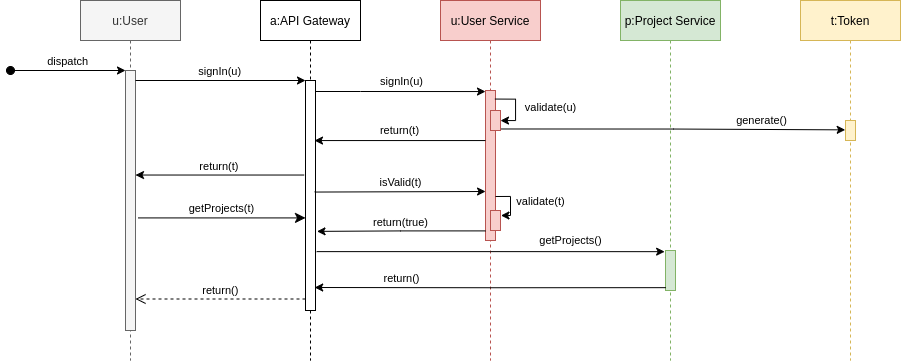
Above: docs/resources/authentication_flow.png in fupn26/ProjectManager_Onlab_2021 (draw.io), before the change. Source tidied: cells renumbered, new cells last; positions are measured from the earlier drawing's top-left corner, leaving out a move shared by most shapes.
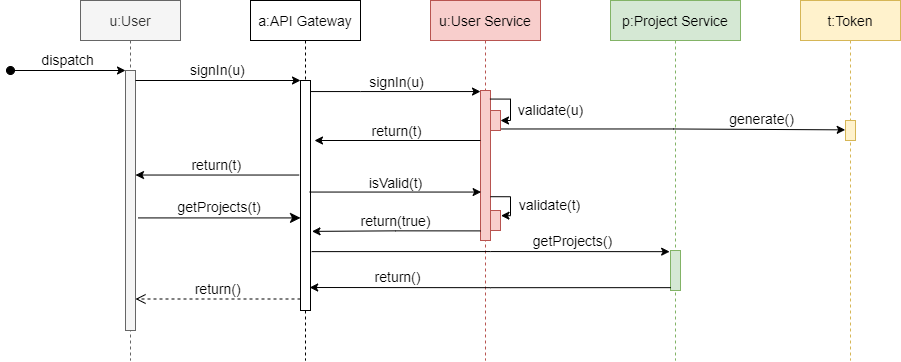
After the change.

Commit message:
docs(#33): font size increment in images

Change to the diagram source:
```diff
@@ -1,126 +1,121 @@
-<mxGraphModel>
+<mxGraphModel background="#ffffff">
   <root>
     <mxCell id="0" />
     <mxCell id="1" parent="0" />
-    <mxCell id="2" value="u:User" style="shape=umlLifeline;perimeter=lifelinePerimeter;rounded=0;shadow=0;strokeWidth=1;fillColor=#f5f5f5;strokeColor=#666666;fontColor=#333333;" parent="1" vertex="1">
-      <mxGeometry x="70" width="100" height="360" as="geometry" />
+    <mxCell id="2" value="u:User" style="shape=umlLifeline;perimeter=lifelinePerimeter;rounded=0;shadow=0;strokeWidth=1;fillColor=#f5f5f5;strokeColor=#666666;fontColor=#333333;fontSize=14;" parent="1" vertex="1">
+      <mxGeometry x="80" width="100" height="360" as="geometry" />
     </mxCell>
-    <mxCell id="3" style="points=[];perimeter=orthogonalPerimeter;rounded=0;shadow=0;strokeWidth=1;fillColor=#f5f5f5;fontColor=#333333;strokeColor=#666666;" parent="2" vertex="1">
+    <mxCell id="3" style="points=[];perimeter=orthogonalPerimeter;rounded=0;shadow=0;strokeWidth=1;fillColor=#f5f5f5;fontColor=#333333;strokeColor=#666666;fontSize=14;" parent="2" vertex="1">
       <mxGeometry x="45" y="70" width="10" height="260" as="geometry" />
     </mxCell>
-    <mxCell id="4" value="dispatch" style="verticalAlign=bottom;startArrow=oval;endArrow=classic;startSize=8;shadow=0;strokeWidth=1;endFill=1;" parent="2" edge="1" target="3">
+    <mxCell id="4" value="dispatch" style="verticalAlign=bottom;startArrow=oval;endArrow=classic;startSize=8;shadow=0;strokeWidth=1;endFill=1;fontSize=14;" parent="2" edge="1" target="3">
       <mxGeometry relative="1" as="geometry">
         <mxPoint x="-70" y="70" as="sourcePoint" />
       </mxGeometry>
     </mxCell>
-    <mxCell id="5" value="a:API Gateway" style="shape=umlLifeline;perimeter=lifelinePerimeter;rounded=0;shadow=0;strokeWidth=1;" parent="1" vertex="1">
-      <mxGeometry x="250" width="100" height="360" as="geometry" />
+    <mxCell id="5" value="a:API Gateway" style="shape=umlLifeline;perimeter=lifelinePerimeter;rounded=0;shadow=0;strokeWidth=1;fontSize=14;" parent="1" vertex="1">
+      <mxGeometry x="250" width="110" height="360" as="geometry" />
     </mxCell>
-    <mxCell id="6" style="points=[];perimeter=orthogonalPerimeter;rounded=0;shadow=0;strokeWidth=1;" parent="5" vertex="1">
-      <mxGeometry x="45" y="80" width="10" height="230" as="geometry" />
+    <mxCell id="6" style="points=[];perimeter=orthogonalPerimeter;rounded=0;shadow=0;strokeWidth=1;fontSize=14;" parent="5" vertex="1">
+      <mxGeometry x="50" y="80" width="10" height="230" as="geometry" />
     </mxCell>
-    <mxCell id="7" value="return()" style="verticalAlign=bottom;endArrow=open;dashed=1;endSize=8;exitX=0;exitY=0.95;shadow=0;strokeWidth=1;" parent="1" edge="1" source="6" target="3">
+    <mxCell id="7" value="return()" style="verticalAlign=bottom;endArrow=open;dashed=1;endSize=8;exitX=0;exitY=0.95;shadow=0;strokeWidth=1;fontSize=14;" parent="1" edge="1" source="6" target="3">
       <mxGeometry relative="1" as="geometry" />
     </mxCell>
-    <mxCell id="8" value="signIn(u)" style="verticalAlign=bottom;endArrow=classic;entryX=0;entryY=0;shadow=0;strokeWidth=1;endFill=1;" parent="1" edge="1" source="3" target="6">
+    <mxCell id="8" value="signIn(u)" style="verticalAlign=bottom;endArrow=classic;entryX=0;entryY=0;shadow=0;strokeWidth=1;endFill=1;fontSize=14;" parent="1" edge="1" source="3" target="6">
       <mxGeometry relative="1" as="geometry" />
     </mxCell>
-    <mxCell id="9" value="return(t)" style="verticalAlign=bottom;endArrow=classic;shadow=0;strokeWidth=1;exitX=-0.138;exitY=0.411;exitDx=0;exitDy=0;exitPerimeter=0;endFill=1;" parent="1" edge="1" source="6" target="3">
+    <mxCell id="9" value="return(t)" style="verticalAlign=bottom;endArrow=classic;shadow=0;strokeWidth=1;exitX=-0.138;exitY=0.411;exitDx=0;exitDy=0;exitPerimeter=0;endFill=1;fontSize=14;" parent="1" edge="1" source="6" target="3">
       <mxGeometry relative="1" as="geometry" />
     </mxCell>
-    <mxCell id="10" value="getProjects(t)" style="verticalAlign=bottom;endArrow=classic;endSize=8;exitX=1.29;exitY=0.567;shadow=0;strokeWidth=1;exitDx=0;exitDy=0;exitPerimeter=0;endFill=1;" parent="1" edge="1" source="3" target="6">
+    <mxCell id="10" value="getProjects(t)" style="verticalAlign=bottom;endArrow=classic;endSize=8;exitX=1.29;exitY=0.567;shadow=0;strokeWidth=1;exitDx=0;exitDy=0;exitPerimeter=0;endFill=1;fontSize=14;" parent="1" edge="1" source="3" target="6">
       <mxGeometry relative="1" as="geometry" />
     </mxCell>
-    <mxCell id="11" value="u:User Service" style="shape=umlLifeline;perimeter=lifelinePerimeter;rounded=0;shadow=0;strokeWidth=1;fillColor=#f8cecc;strokeColor=#b85450;" parent="1" vertex="1">
-      <mxGeometry x="430" width="100" height="360" as="geometry" />
+    <mxCell id="11" value="u:User Service" style="shape=umlLifeline;perimeter=lifelinePerimeter;rounded=0;shadow=0;strokeWidth=1;fillColor=#f8cecc;strokeColor=#b85450;fontSize=14;" parent="1" vertex="1">
+      <mxGeometry x="430" width="110" height="360" as="geometry" />
     </mxCell>
-    <mxCell id="12" style="points=[];perimeter=orthogonalPerimeter;rounded=0;shadow=0;strokeWidth=1;fillColor=#f8cecc;strokeColor=#b85450;" parent="11" vertex="1">
-      <mxGeometry x="45" y="90" width="10" height="150" as="geometry" />
+    <mxCell id="12" style="points=[];perimeter=orthogonalPerimeter;rounded=0;shadow=0;strokeWidth=1;fillColor=#f8cecc;strokeColor=#b85450;fontSize=14;" parent="11" vertex="1">
+      <mxGeometry x="50" y="90" width="10" height="150" as="geometry" />
     </mxCell>
-    <mxCell id="13" value="validate(u)" style="edgeStyle=orthogonalEdgeStyle;rounded=0;jettySize=auto;html=1;exitX=0.942;exitY=0.057;exitDx=0;exitDy=0;exitPerimeter=0;" parent="11" edge="1" source="12" target="14">
-      <mxGeometry x="0.05" y="35" relative="1" as="geometry">
+    <mxCell id="13" value="validate(u)" style="edgeStyle=orthogonalEdgeStyle;rounded=0;jettySize=auto;html=1;exitX=0.942;exitY=0.057;exitDx=0;exitDy=0;exitPerimeter=0;fontSize=14;verticalAlign=bottom;" parent="11" edge="1" source="12" target="14">
+      <mxGeometry x="0.61" y="-40" relative="1" as="geometry">
         <Array as="points">
-          <mxPoint x="75" y="99" />
-          <mxPoint x="75" y="120" />
+          <mxPoint x="80" y="99" />
+          <mxPoint x="80" y="120" />
         </Array>
+        <mxPoint x="40" y="40" as="offset" />
       </mxGeometry>
     </mxCell>
-    <mxCell id="14" style="points=[];perimeter=orthogonalPerimeter;rounded=0;shadow=0;strokeWidth=1;fillColor=#f8cecc;strokeColor=#b85450;" parent="11" vertex="1">
-      <mxGeometry x="50" y="110" width="10" height="20" as="geometry" />
+    <mxCell id="14" style="points=[];perimeter=orthogonalPerimeter;rounded=0;shadow=0;strokeWidth=1;fillColor=#f8cecc;strokeColor=#b85450;fontSize=14;" parent="11" vertex="1">
+      <mxGeometry x="60" y="110" width="10" height="20" as="geometry" />
     </mxCell>
-    <mxCell id="15" value="validate(t)" style="edgeStyle=orthogonalEdgeStyle;rounded=0;jettySize=auto;html=1;endArrow=classic;endFill=1;entryX=1.05;entryY=0.258;entryDx=0;entryDy=0;entryPerimeter=0;" parent="11" edge="1" target="16">
-      <mxGeometry x="-0.09" y="30" relative="1" as="geometry">
-        <mxPoint x="55" y="196" as="sourcePoint" />
+    <mxCell id="15" value="validate(t)" style="edgeStyle=orthogonalEdgeStyle;rounded=0;jettySize=auto;html=1;endArrow=classic;endFill=1;entryX=1.05;entryY=0.258;entryDx=0;entryDy=0;entryPerimeter=0;fontSize=14;verticalAlign=bottom;exitX=0.997;exitY=0.708;exitDx=0;exitDy=0;exitPerimeter=0;" parent="11" edge="1" source="12" target="16">
+      <mxGeometry x="0.64" y="40" relative="1" as="geometry">
         <Array as="points">
-          <mxPoint x="70" y="196" />
-          <mxPoint x="70" y="215" />
-          <mxPoint x="61" y="215" />
+          <mxPoint x="80" y="196" />
+          <mxPoint x="80" y="215" />
         </Array>
+        <mxPoint x="40" y="-40" as="offset" />
       </mxGeometry>
     </mxCell>
-    <mxCell id="16" style="points=[];perimeter=orthogonalPerimeter;rounded=0;shadow=0;strokeWidth=1;fillColor=#f8cecc;strokeColor=#b85450;" parent="11" vertex="1">
-      <mxGeometry x="50" y="210" width="10" height="20" as="geometry" />
+    <mxCell id="16" style="points=[];perimeter=orthogonalPerimeter;rounded=0;shadow=0;strokeWidth=1;fillColor=#f8cecc;strokeColor=#b85450;fontSize=14;" parent="11" vertex="1">
+      <mxGeometry x="60" y="210" width="10" height="20" as="geometry" />
     </mxCell>
-    <mxCell id="17" value="p:Project Service" style="shape=umlLifeline;perimeter=lifelinePerimeter;rounded=0;shadow=0;strokeWidth=1;fillColor=#d5e8d4;strokeColor=#82b366;" parent="1" vertex="1">
-      <mxGeometry x="610" width="100" height="360" as="geometry" />
+    <mxCell id="17" value="p:Project Service" style="shape=umlLifeline;perimeter=lifelinePerimeter;rounded=0;shadow=0;strokeWidth=1;fillColor=#d5e8d4;strokeColor=#82b366;fontSize=14;" parent="1" vertex="1">
+      <mxGeometry x="610" width="130" height="360" as="geometry" />
     </mxCell>
-    <mxCell id="18" style="points=[];perimeter=orthogonalPerimeter;rounded=0;shadow=0;strokeWidth=1;fillColor=#d5e8d4;strokeColor=#82b366;" parent="17" vertex="1">
-      <mxGeometry x="45" y="250" width="10" height="40" as="geometry" />
+    <mxCell id="18" style="points=[];perimeter=orthogonalPerimeter;rounded=0;shadow=0;strokeWidth=1;fillColor=#d5e8d4;strokeColor=#82b366;fontSize=14;" parent="17" vertex="1">
+      <mxGeometry x="60" y="250" width="10" height="40" as="geometry" />
     </mxCell>
-    <mxCell id="19" style="edgeStyle=orthogonalEdgeStyle;rounded=0;jettySize=auto;html=1;entryX=0;entryY=0.007;entryDx=0;entryDy=0;entryPerimeter=0;" parent="1" edge="1" source="6" target="12">
+    <mxCell id="19" style="edgeStyle=orthogonalEdgeStyle;rounded=0;jettySize=auto;html=1;entryX=0;entryY=0.007;entryDx=0;entryDy=0;entryPerimeter=0;fontSize=14;" parent="1" edge="1" source="6" target="12">
       <mxGeometry relative="1" as="geometry">
         <Array as="points">
-          <mxPoint x="350" y="91" />
-          <mxPoint x="350" y="91" />
+          <mxPoint x="360" y="91" />
+          <mxPoint x="360" y="91" />
         </Array>
       </mxGeometry>
     </mxCell>
-    <mxCell id="20" value="signIn(u)" style="edgeLabel;html=1;align=center;verticalAlign=middle;" parent="19" vertex="1">
+    <mxCell id="20" value="signIn(u)" style="edgeLabel;html=1;align=center;verticalAlign=middle;fontSize=14;" parent="19" vertex="1">
       <mxGeometry x="-0.17" y="-1" relative="1" as="geometry">
         <mxPoint x="15" y="-12" as="offset" />
       </mxGeometry>
     </mxCell>
-    <mxCell id="21" value="return(t)" style="edgeStyle=orthogonalEdgeStyle;rounded=0;jettySize=auto;html=1;" parent="1" edge="1" source="12">
+    <mxCell id="21" value="return(t)" style="edgeStyle=orthogonalEdgeStyle;rounded=0;jettySize=auto;html=1;fontSize=14;" parent="1" edge="1" source="12">
       <mxGeometry x="0.01" y="-10" relative="1" as="geometry">
-        <mxPoint x="304" y="140" as="targetPoint" />
+        <mxPoint x="314" y="140" as="targetPoint" />
         <Array as="points">
-          <mxPoint x="304" y="140" />
+          <mxPoint x="314" y="140" />
         </Array>
       </mxGeometry>
     </mxCell>
-    <mxCell id="22" style="edgeStyle=orthogonalEdgeStyle;rounded=0;jettySize=auto;html=1;endArrow=classic;endFill=1;exitX=0.917;exitY=0.485;exitDx=0;exitDy=0;exitPerimeter=0;" parent="1" edge="1" source="6">
-      <mxGeometry relative="1" as="geometry">
-        <mxPoint x="475" y="191" as="targetPoint" />
-        <Array as="points">
-          <mxPoint x="475" y="191" />
-        </Array>
-      </mxGeometry>
+    <mxCell id="22" style="edgeStyle=orthogonalEdgeStyle;rounded=0;jettySize=auto;html=1;endArrow=classic;endFill=1;exitX=0.917;exitY=0.485;exitDx=0;exitDy=0;exitPerimeter=0;fontSize=14;entryX=0.062;entryY=0.677;entryDx=0;entryDy=0;entryPerimeter=0;" parent="1" edge="1" source="6" target="12">
+      <mxGeometry relative="1" as="geometry" />
     </mxCell>
-    <mxCell id="23" value="isValid(t)" style="edgeLabel;html=1;align=center;verticalAlign=middle;" parent="22" vertex="1">
+    <mxCell id="23" value="isValid(t)" style="edgeLabel;html=1;align=center;verticalAlign=middle;fontSize=14;" parent="22" vertex="1">
       <mxGeometry x="-0.11" y="1" relative="1" as="geometry">
         <mxPoint x="9" y="-9" as="offset" />
       </mxGeometry>
     </mxCell>
-    <mxCell id="24" value="t:Token" style="shape=umlLifeline;perimeter=lifelinePerimeter;rounded=0;shadow=0;strokeWidth=1;fillColor=#fff2cc;strokeColor=#d6b656;" parent="1" vertex="1">
-      <mxGeometry x="790" width="100" height="360" as="geometry" />
+    <mxCell id="24" value="t:Token" style="shape=umlLifeline;perimeter=lifelinePerimeter;rounded=0;shadow=0;strokeWidth=1;fillColor=#fff2cc;strokeColor=#d6b656;fontSize=14;" parent="1" vertex="1">
+      <mxGeometry x="800" width="100" height="360" as="geometry" />
     </mxCell>
-    <mxCell id="25" style="points=[];perimeter=orthogonalPerimeter;rounded=0;shadow=0;strokeWidth=1;fillColor=#fff2cc;strokeColor=#d6b656;" parent="24" vertex="1">
+    <mxCell id="25" style="points=[];perimeter=orthogonalPerimeter;rounded=0;shadow=0;strokeWidth=1;fillColor=#fff2cc;strokeColor=#d6b656;fontSize=14;" parent="24" vertex="1">
       <mxGeometry x="45" y="120" width="10" height="20" as="geometry" />
     </mxCell>
-    <mxCell id="26" value="generate()" style="edgeStyle=orthogonalEdgeStyle;rounded=0;jettySize=auto;html=1;endArrow=classic;endFill=1;exitX=1.058;exitY=0.924;exitDx=0;exitDy=0;exitPerimeter=0;entryX=-0.029;entryY=0.468;entryDx=0;entryDy=0;entryPerimeter=0;verticalAlign=bottom;" parent="1" edge="1" source="14" target="25">
+    <mxCell id="26" value="generate()" style="edgeStyle=orthogonalEdgeStyle;rounded=0;jettySize=auto;html=1;endArrow=classic;endFill=1;exitX=1.058;exitY=0.924;exitDx=0;exitDy=0;exitPerimeter=0;entryX=-0.029;entryY=0.468;entryDx=0;entryDy=0;entryPerimeter=0;verticalAlign=bottom;fontSize=14;" parent="1" edge="1" source="14" target="25">
       <mxGeometry x="0.51" relative="1" as="geometry">
         <Array as="points">
-          <mxPoint x="663" y="129" />
+          <mxPoint x="673" y="129" />
         </Array>
       </mxGeometry>
     </mxCell>
-    <mxCell id="27" value="return(true)" style="edgeStyle=orthogonalEdgeStyle;rounded=0;jettySize=auto;html=1;endArrow=classic;endFill=1;entryX=1.15;entryY=0.656;entryDx=0;entryDy=0;entryPerimeter=0;exitX=-0.006;exitY=0.936;exitDx=0;exitDy=0;exitPerimeter=0;verticalAlign=bottom;" parent="1" edge="1" source="12" target="6">
+    <mxCell id="27" value="return(true)" style="edgeStyle=orthogonalEdgeStyle;rounded=0;jettySize=auto;html=1;endArrow=classic;endFill=1;entryX=1.15;entryY=0.656;entryDx=0;entryDy=0;entryPerimeter=0;exitX=-0.006;exitY=0.936;exitDx=0;exitDy=0;exitPerimeter=0;verticalAlign=bottom;fontSize=14;" parent="1" edge="1" source="12" target="6">
       <mxGeometry x="0.01" relative="1" as="geometry" />
     </mxCell>
-    <mxCell id="28" value="getProjects()" style="edgeStyle=orthogonalEdgeStyle;rounded=0;jettySize=auto;html=1;endArrow=classic;endFill=1;entryX=-0.086;entryY=0.029;entryDx=0;entryDy=0;entryPerimeter=0;exitX=1.114;exitY=0.744;exitDx=0;exitDy=0;exitPerimeter=0;" parent="1" edge="1" source="6" target="18">
+    <mxCell id="28" value="getProjects()" style="edgeStyle=orthogonalEdgeStyle;rounded=0;jettySize=auto;html=1;endArrow=classic;endFill=1;entryX=-0.086;entryY=0.029;entryDx=0;entryDy=0;entryPerimeter=0;exitX=1.114;exitY=0.744;exitDx=0;exitDy=0;exitPerimeter=0;fontSize=14;" parent="1" edge="1" source="6" target="18">
       <mxGeometry x="0.46" y="11" relative="1" as="geometry" />
     </mxCell>
-    <mxCell id="29" value="return()" style="edgeStyle=orthogonalEdgeStyle;rounded=0;jettySize=auto;html=1;endArrow=classic;endFill=1;exitX=0.029;exitY=0.929;exitDx=0;exitDy=0;exitPerimeter=0;entryX=0.917;entryY=0.9;entryDx=0;entryDy=0;entryPerimeter=0;verticalAlign=bottom;" parent="1" edge="1" source="18" target="6">
+    <mxCell id="29" value="return()" style="edgeStyle=orthogonalEdgeStyle;rounded=0;jettySize=auto;html=1;endArrow=classic;endFill=1;exitX=0.029;exitY=0.929;exitDx=0;exitDy=0;exitPerimeter=0;entryX=0.917;entryY=0.9;entryDx=0;entryDy=0;entryPerimeter=0;verticalAlign=bottom;fontSize=14;" parent="1" edge="1" source="18" target="6">
       <mxGeometry x="0.51" relative="1" as="geometry" />
     </mxCell>
   </root>
```
